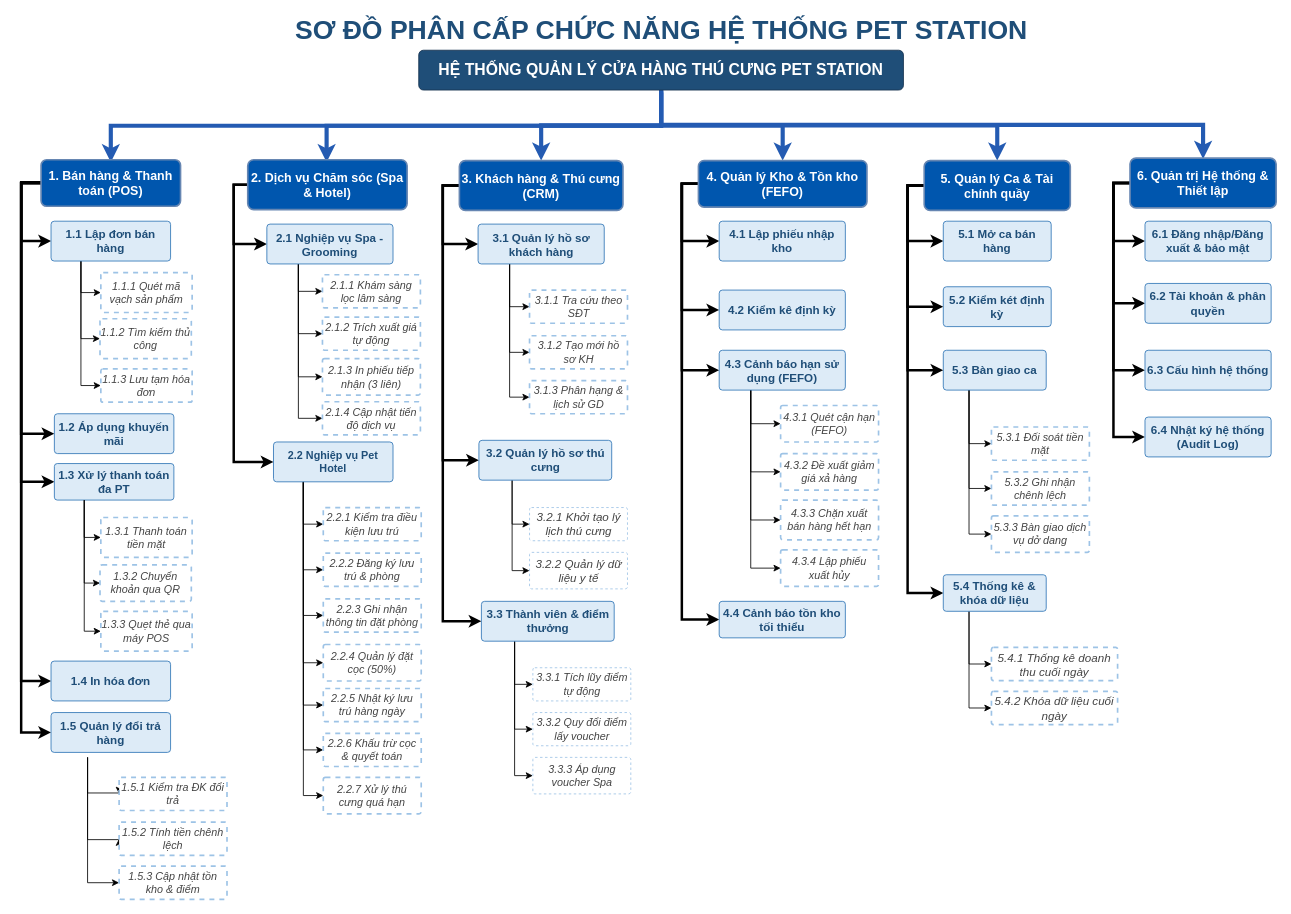
The draw.io diagram docs/diagrams/so-do-phan-cap-chuc-nang.drawio in htnhang132/PTUD_Nhom03_QuanLyCuaHangThuCung_PETSTATION, before the edit. Source tidied: cells renumbered, new cells numbered last; positions are measured from the earlier drawing's top-left corner, leaving out a move shared by most shapes. Both pictures are drawn from the tidied source at 83%, with x=0, y=0 at pixel (21, 23).
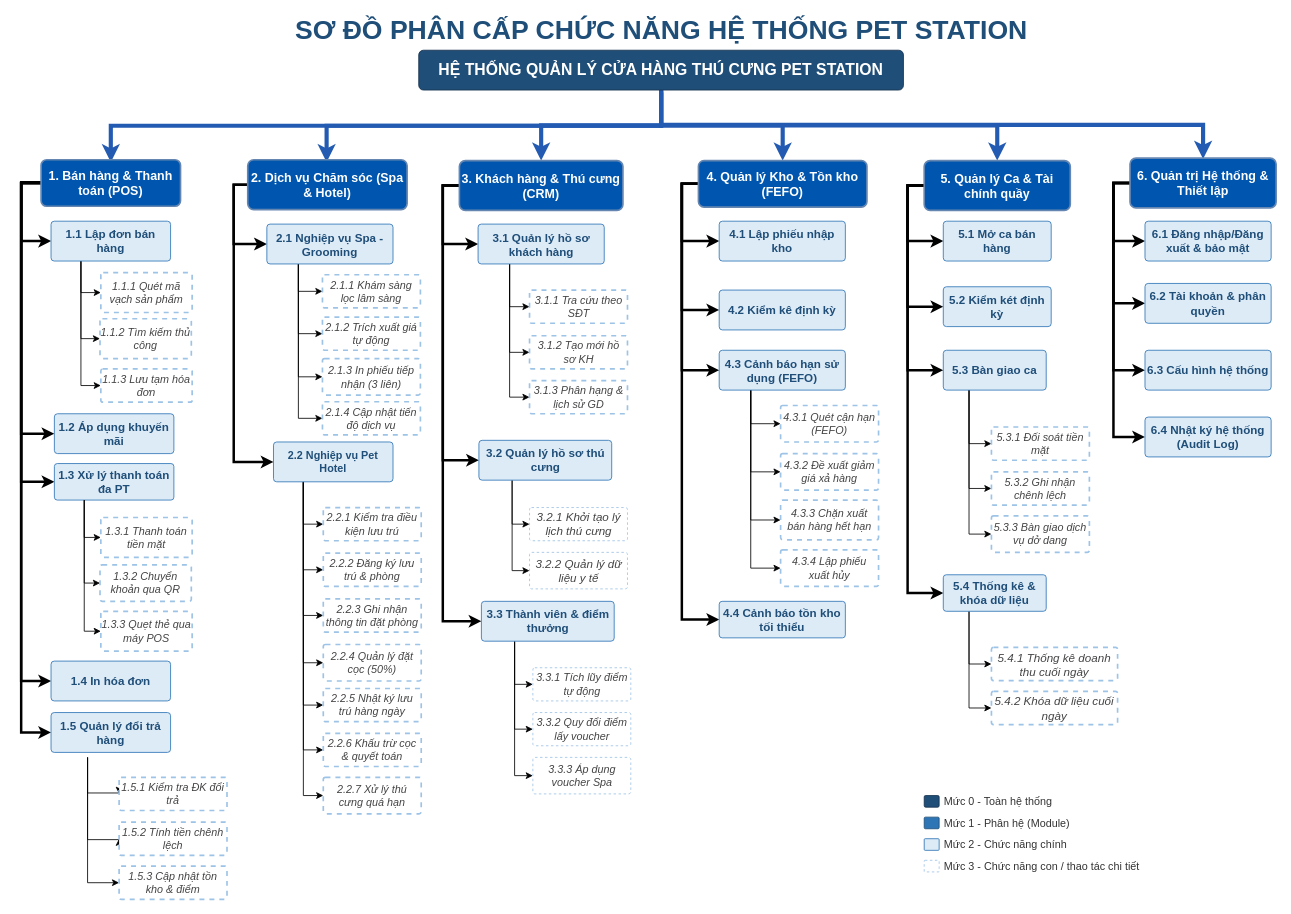
The same diagram, later.

What changed in the source:
```diff
@@
+    <mxCell id="134" style="rounded=1;arcSize=12;whiteSpace=wrap;html=1;fillColor=#1F4E78;strokeColor=#16324F;fontColor=#FFFFFF;fontStyle=1;fontSize=13;align=center;verticalAlign=middle;" parent="1" vertex="1">
+      <mxGeometry x="1088" y="930" width="18" height="14" as="geometry" />
+    </mxCell>
+    <mxCell id="135" value="Mức 0 - Toàn hệ thống" style="text;html=1;align=left;verticalAlign=middle;fontSize=13;fontColor=#333333;" parent="1" vertex="1">
+      <mxGeometry x="1110" y="928" width="220" height="18" as="geometry" />
+    </mxCell>
+    <mxCell id="136" style="rounded=1;arcSize=10;whiteSpace=wrap;html=1;fillColor=#2E75B6;strokeColor=#1F4E78;fontColor=#FFFFFF;fontStyle=1;fontSize=13;align=center;verticalAlign=middle;" parent="1" vertex="1">
+      <mxGeometry x="1088" y="956" width="18" height="14" as="geometry" />
+    </mxCell>
+    <mxCell id="137" value="Mức 1 - Phân hệ (Module)" style="text;html=1;align=left;verticalAlign=middle;fontSize=13;fontColor=#333333;" parent="1" vertex="1">
+      <mxGeometry x="1110" y="954" width="220" height="18" as="geometry" />
+    </mxCell>
+    <mxCell id="138" style="rounded=1;arcSize=8;whiteSpace=wrap;html=1;fillColor=#DDEBF7;strokeColor=#2E75B6;fontColor=#1F4E78;fontStyle=1;fontSize=13;align=center;verticalAlign=middle;" parent="1" vertex="1">
+      <mxGeometry x="1088" y="982" width="18" height="14" as="geometry" />
+    </mxCell>
+    <mxCell id="139" value="Mức 2 - Chức năng chính" style="text;html=1;align=left;verticalAlign=middle;fontSize=13;fontColor=#333333;" parent="1" vertex="1">
+      <mxGeometry x="1110" y="980" width="220" height="18" as="geometry" />
+    </mxCell>
+    <mxCell id="140" style="rounded=1;arcSize=6;whiteSpace=wrap;html=1;fillColor=#FFFFFF;strokeColor=#9DC3E6;fontColor=#444444;fontStyle=2;fontSize=13;align=center;verticalAlign=middle;dashed=1;" parent="1" vertex="1">
+      <mxGeometry x="1088" y="1008" width="18" height="14" as="geometry" />
+    </mxCell>
+    <mxCell id="141" value="Mức 3 - Chức năng con / thao tác chi tiết" style="text;html=1;align=left;verticalAlign=middle;fontSize=13;fontColor=#333333;" parent="1" vertex="1">
+      <mxGeometry x="1110" y="1006" width="220" height="18" as="geometry" />
+    </mxCell>
```
